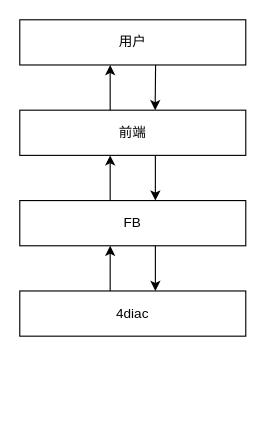
This is 未命名绘图.drawio from YuhangChan/Diagrams, a draw.io file, before an edit. Source tidied: cells renumbered, new cells numbered last; positions are measured from the earlier drawing's top-left corner, leaving out a move shared by most shapes. Both pictures are drawn from the tidied source at 113%, with x=0, y=0 at pixel (19, 19).
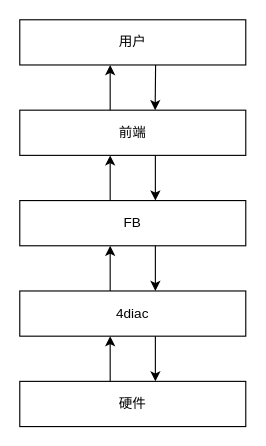
The same diagram, later.

Commit message (it also covers changes not shown here):
更新未命名绘图.drawio

Diff of the diagram source:
```diff
@@
+    <mxCell id="12" value="硬件" style="rounded=0;whiteSpace=wrap;html=1;" parent="1" vertex="1">
+      <mxGeometry y="320" width="200" height="40" as="geometry" />
+    </mxCell>
+    <mxCell id="13" style="endArrow=classic;html=1;rounded=0;" parent="1" edge="1">
+      <mxGeometry relative="1" as="geometry">
+        <mxPoint x="80" y="320" as="sourcePoint" />
+        <mxPoint x="80" y="280" as="targetPoint" />
+      </mxGeometry>
+    </mxCell>
+    <mxCell id="14" style="endArrow=classic;html=1;rounded=0;entryX=0.599;entryY=0.001;entryDx=0;entryDy=0;entryPerimeter=0;exitX=0.601;exitY=1.001;exitDx=0;exitDy=0;exitPerimeter=0;" parent="1" edge="1">
+      <mxGeometry relative="1" as="geometry">
+        <mxPoint x="120" y="280" as="sourcePoint" />
+        <mxPoint x="120" y="320" as="targetPoint" />
+      </mxGeometry>
+    </mxCell>
```
